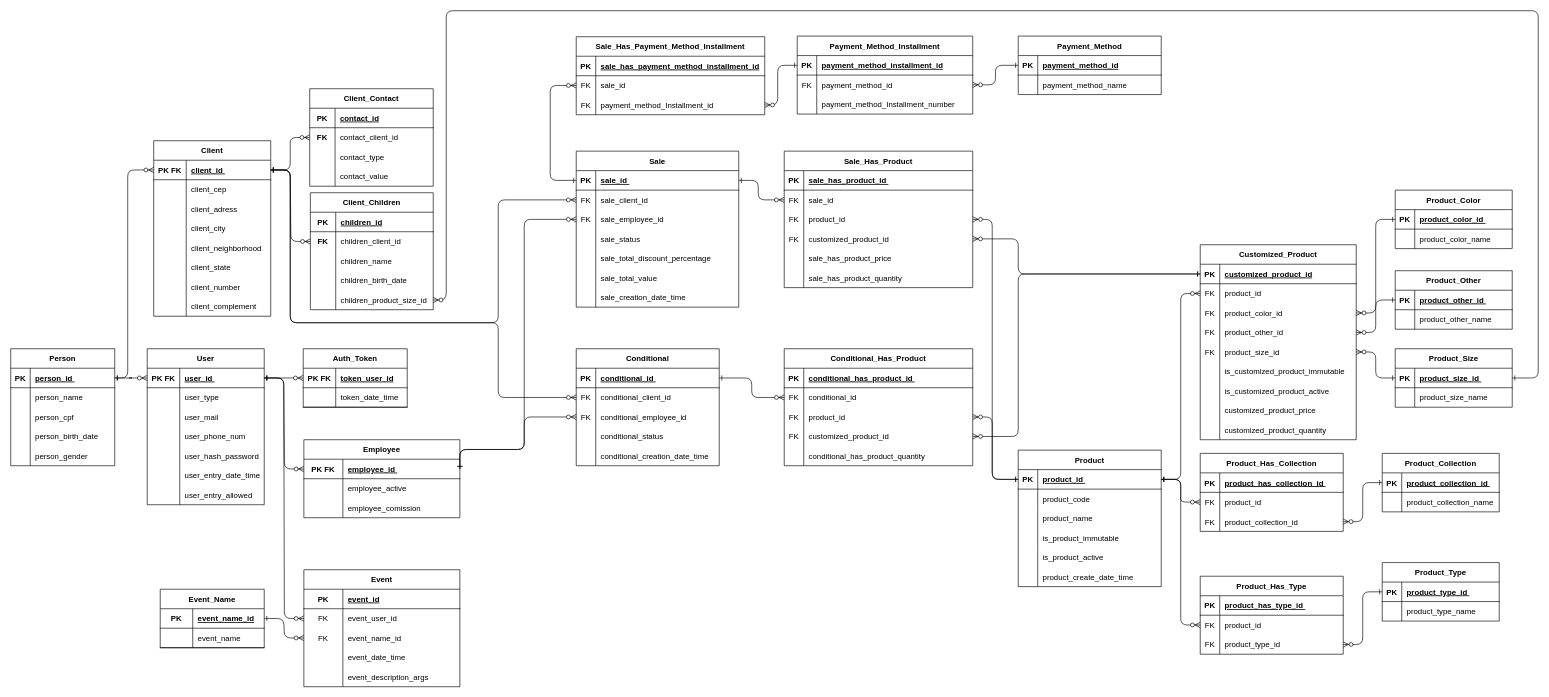
This is documentation/others/RelationalDB.drawio from VCalixtoR/gestaomt-back, a draw.io file, before an edit. Source tidied: cells renumbered, new cells numbered last; positions are measured from the earlier drawing's top-left corner, leaving out a move shared by most shapes. Both pictures are drawn from the tidied source at 65%, with x=0, y=0 at pixel (10, 10).
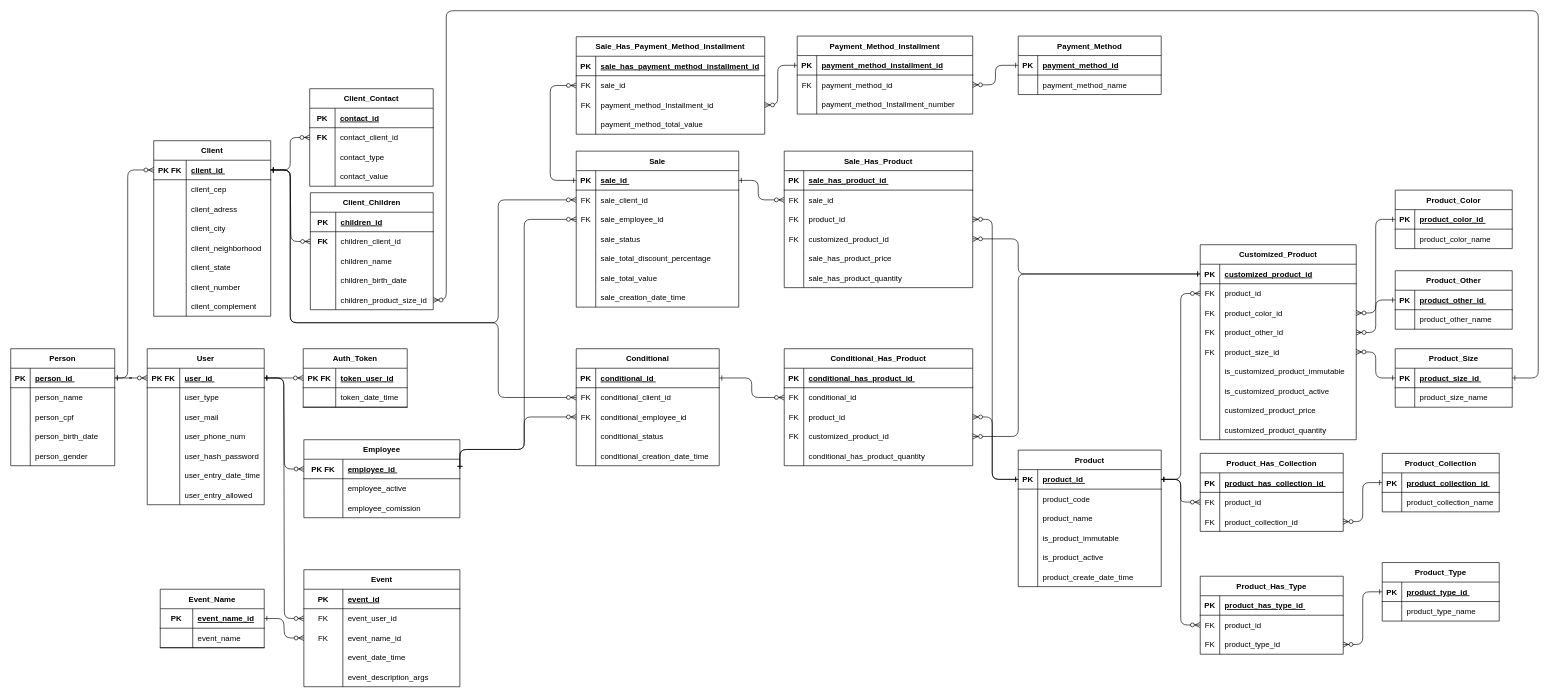
The same page after the edit.

Commit message (it also covers changes not shown here):
feat: add payment_method_total_value field in tbl

Diff of the diagram source:
```diff
@@
     <mxCell id="354" value="Sale_Has_Payment_Method_Installment" style="shape=table;startSize=30;childLayout=tableLayout;rowLines=0;fontStyle=1;align=center;" parent="1" vertex="1">
-      <mxGeometry x="870" y="40" width="290" height="120" as="geometry" />
+      <mxGeometry x="870" y="40" width="290" height="150" as="geometry" />
     </mxCell>
@@
+    <mxCell id="366" style="shape=partialRectangle;fillColor=none;top=0;left=0;right=0;bottom=0;" parent="354" vertex="1">
+      <mxGeometry y="120" width="290" height="30" as="geometry" />
+    </mxCell>
+    <mxCell id="367" style="shape=partialRectangle;overflow=hidden;fillColor=none;top=0;left=0;bottom=0;right=0;" parent="366" vertex="1">
+      <mxGeometry width="30" height="30" as="geometry" />
+    </mxCell>
+    <mxCell id="368" value="payment_method_total_value" style="shape=partialRectangle;overflow=hidden;fillColor=none;top=0;left=0;bottom=0;right=0;align=left;spacingLeft=6;spacingTop=0;" parent="366" vertex="1">
+      <mxGeometry x="30" width="260" height="30" as="geometry" />
+    </mxCell>
```
